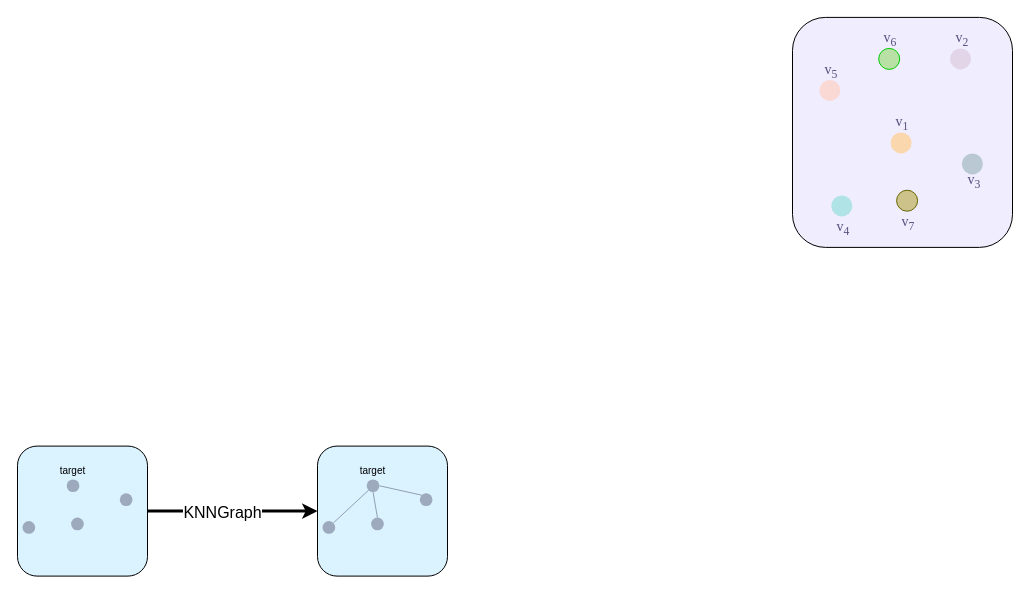
The draw.io diagram 图预处理模块.drawio in xuliji/EassyImage, before the edit. Source tidied: cells renumbered, new cells numbered last; positions are measured from the earlier drawing's top-left corner, leaving out a move shared by most shapes. Both pictures are drawn from the tidied source at 100%, with x=0, y=0 at pixel (17, 17).
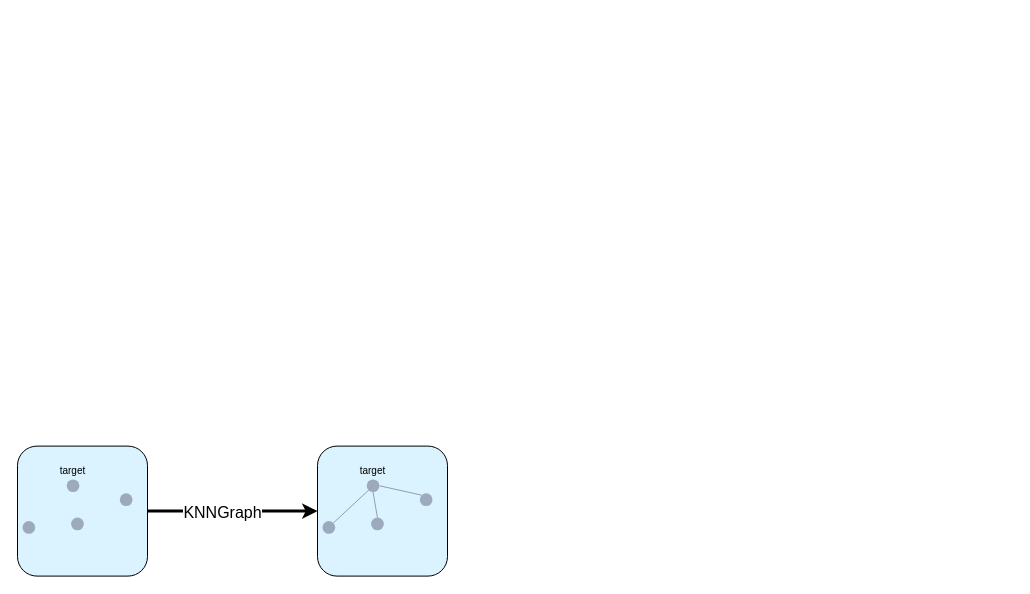
Above is the later version.

Commit message (it also covers changes not shown here):
更新图预处理模块.drawio

Diff of the diagram source:
```diff
@@
-    <mxCell id="9" style="group;" parent="1" vertex="1">
-      <mxGeometry x="775" y="-0.1" width="220" height="230" as="geometry" />
-    </mxCell>
-    <mxCell id="10" style="rounded=1;whiteSpace=wrap;html=1;shadow=0;sketch=0;strokeColor=default;strokeWidth=1;fontFamily=Times New Roman;fontSize=18;fontColor=#56517e;fillColor=#F0EDFF;" parent="9" vertex="1">
-      <mxGeometry width="220" height="230" as="geometry" />
-    </mxCell>
-    <mxCell id="11" style="group;" parent="9" vertex="1">
-      <mxGeometry x="15" y="10" width="190" height="210" as="geometry" />
-    </mxCell>
-    <mxCell id="12" style="ellipse;whiteSpace=wrap;html=1;fillColor=#e1d5e7;strokeColor=none;direction=east;rounded=0;shadow=0;sketch=0;strokeWidth=2;fontFamily=Times New Roman;fontSize=18;fontColor=#56517e;" parent="11" vertex="1">
-      <mxGeometry x="142.5" y="21" width="21" height="21" as="geometry" />
-    </mxCell>
-    <mxCell id="13" style="ellipse;whiteSpace=wrap;html=1;fillColor=#fad7ac;strokeColor=none;rounded=0;shadow=0;sketch=0;strokeWidth=2;fontFamily=Times New Roman;fontSize=18;fontColor=#56517e;" parent="11" vertex="1">
-      <mxGeometry x="83.1" y="105" width="21" height="21" as="geometry" />
-    </mxCell>
-    <mxCell id="14" style="ellipse;whiteSpace=wrap;html=1;fillColor=#bac8d3;strokeColor=none;rounded=0;shadow=0;sketch=0;strokeWidth=2;fontFamily=Times New Roman;fontSize=18;fontColor=#56517e;" parent="11" vertex="1">
-      <mxGeometry x="154.4" y="126" width="21" height="21" as="geometry" />
-    </mxCell>
-    <mxCell id="15" style="ellipse;whiteSpace=wrap;html=1;fillColor=#fad9d5;strokeColor=none;rounded=0;shadow=0;sketch=0;strokeWidth=2;fontFamily=Times New Roman;fontSize=18;fontColor=#56517e;" parent="11" vertex="1">
-      <mxGeometry x="11.9" y="52.5" width="21" height="21" as="geometry" />
-    </mxCell>
-    <mxCell id="16" style="ellipse;whiteSpace=wrap;html=1;fillColor=#b0e3e6;strokeColor=none;rounded=0;shadow=0;sketch=0;strokeWidth=2;fontFamily=Times New Roman;fontSize=18;fontColor=#56517e;" parent="11" vertex="1">
-      <mxGeometry x="23.8" y="168" width="21" height="21" as="geometry" />
-    </mxCell>
-    <mxCell id="17" value="&lt;span style=&quot;font-size: 14px;&quot;&gt;v&lt;sub&gt;1&lt;/sub&gt;&lt;/span&gt;" style="text;strokeColor=none;align=center;fillColor=none;html=1;verticalAlign=middle;whiteSpace=wrap;rounded=0;fontSize=18;fontFamily=Times New Roman;fontColor=#56517e;" parent="11" vertex="1">
-      <mxGeometry x="71.2" y="84" width="47.5" height="21" as="geometry" />
-    </mxCell>
-    <mxCell id="18" value="&lt;font style=&quot;font-size: 14px;&quot;&gt;v&lt;sub style=&quot;&quot;&gt;2&lt;/sub&gt;&lt;/font&gt;" style="text;strokeColor=none;align=center;fillColor=none;html=1;verticalAlign=middle;whiteSpace=wrap;rounded=0;fontSize=18;fontFamily=Times New Roman;fontColor=#56517e;" parent="11" vertex="1">
-      <mxGeometry x="130.6" width="47.5" height="21" as="geometry" />
-    </mxCell>
-    <mxCell id="19" value="&lt;font style=&quot;font-size: 14px;&quot;&gt;v&lt;sub style=&quot;&quot;&gt;5&lt;/sub&gt;&lt;/font&gt;" style="text;strokeColor=none;align=center;fillColor=none;html=1;verticalAlign=middle;whiteSpace=wrap;rounded=0;fontSize=18;fontFamily=Times New Roman;fontColor=#56517e;" parent="11" vertex="1">
-      <mxGeometry y="31.5" width="47.5" height="21" as="geometry" />
-    </mxCell>
-    <mxCell id="20" value="&lt;font style=&quot;font-size: 14px;&quot;&gt;v&lt;sub style=&quot;&quot;&gt;4&lt;/sub&gt;&lt;/font&gt;" style="text;strokeColor=none;align=center;fillColor=none;html=1;verticalAlign=middle;whiteSpace=wrap;rounded=0;fontSize=18;fontFamily=Times New Roman;fontColor=#56517e;" parent="11" vertex="1">
-      <mxGeometry x="11.9" y="189" width="47.5" height="21" as="geometry" />
-    </mxCell>
-    <mxCell id="21" value="&lt;font style=&quot;font-size: 14px;&quot;&gt;v&lt;sub style=&quot;&quot;&gt;3&lt;/sub&gt;&lt;/font&gt;" style="text;strokeColor=none;align=center;fillColor=none;html=1;verticalAlign=middle;whiteSpace=wrap;rounded=0;fontSize=18;fontFamily=Times New Roman;fontColor=#56517e;" parent="11" vertex="1">
-      <mxGeometry x="142.5" y="141.8" width="47.5" height="21" as="geometry" />
-    </mxCell>
-    <mxCell id="22" style="ellipse;whiteSpace=wrap;html=1;fillColor=#B9E0A5;strokeColor=#00CC00;rounded=0;shadow=0;sketch=0;strokeWidth=1;fontFamily=Times New Roman;fontSize=18;fontColor=#56517e;" parent="11" vertex="1">
-      <mxGeometry x="71.2" y="21" width="21" height="21" as="geometry" />
-    </mxCell>
-    <mxCell id="23" style="ellipse;whiteSpace=wrap;html=1;fillColor=#CEC28B;strokeColor=#666600;rounded=0;shadow=0;sketch=0;strokeWidth=1;fontFamily=Times New Roman;fontSize=18;" parent="11" vertex="1">
-      <mxGeometry x="89.1" y="162.8" width="21" height="21" as="geometry" />
-    </mxCell>
-    <mxCell id="24" value="&lt;font style=&quot;font-size: 14px;&quot;&gt;v&lt;sub style=&quot;&quot;&gt;6&lt;/sub&gt;&lt;/font&gt;" style="text;strokeColor=none;align=center;fillColor=none;html=1;verticalAlign=middle;whiteSpace=wrap;rounded=0;fontSize=18;fontFamily=Times New Roman;fontColor=#56517e;" parent="11" vertex="1">
-      <mxGeometry x="59.4" width="47.5" height="21" as="geometry" />
-    </mxCell>
-    <mxCell id="25" value="&lt;font style=&quot;font-size: 14px;&quot;&gt;v&lt;sub style=&quot;&quot;&gt;7&lt;/sub&gt;&lt;/font&gt;" style="text;strokeColor=none;align=center;fillColor=none;html=1;verticalAlign=middle;whiteSpace=wrap;rounded=0;fontSize=18;fontFamily=Times New Roman;fontColor=#56517e;" parent="11" vertex="1">
-      <mxGeometry x="77.2" y="183.8" width="47.5" height="21" as="geometry" />
-    </mxCell>
```
